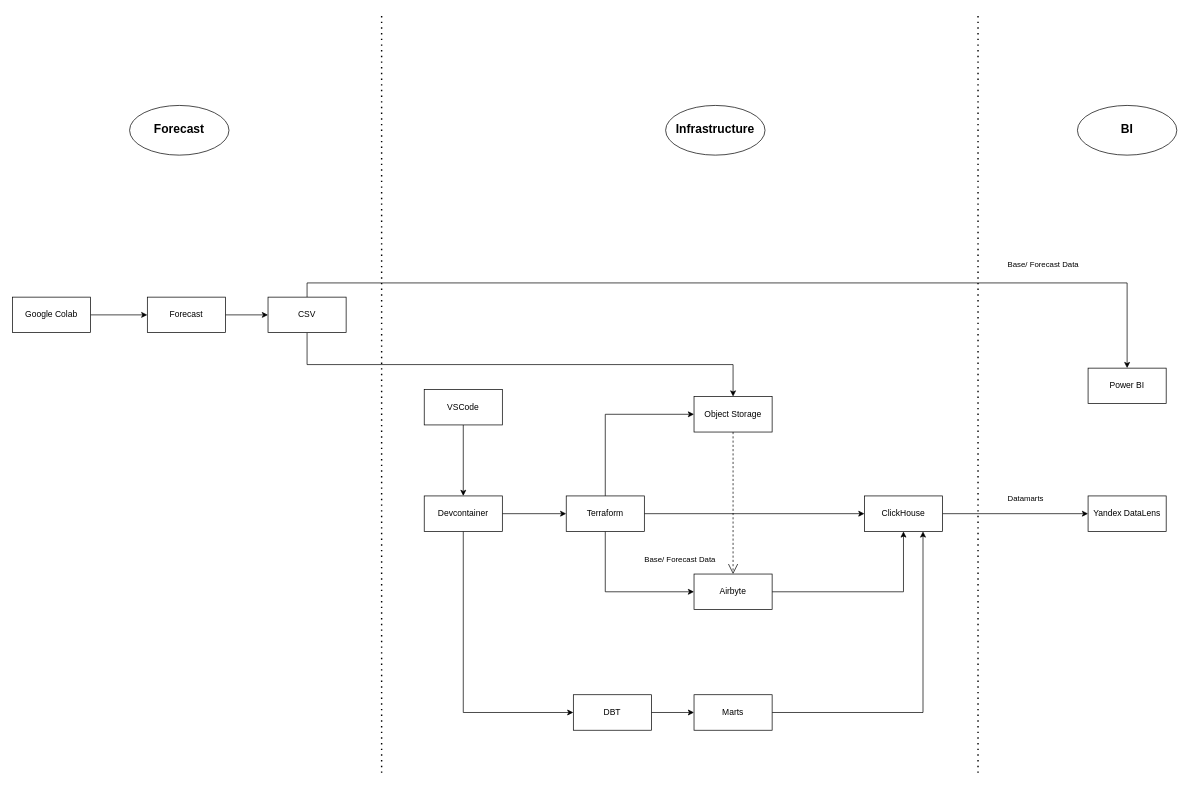
Before: Retail_flow.drawio in neworderby/dbt_ml_retail, a draw.io diagram. Source tidied: cells renumbered, new cells numbered last; positions are measured from the earlier drawing's top-left corner, leaving out a move shared by most shapes. Both pictures are drawn from the tidied source at 71%, with x=0, y=0 at pixel (12, 13).
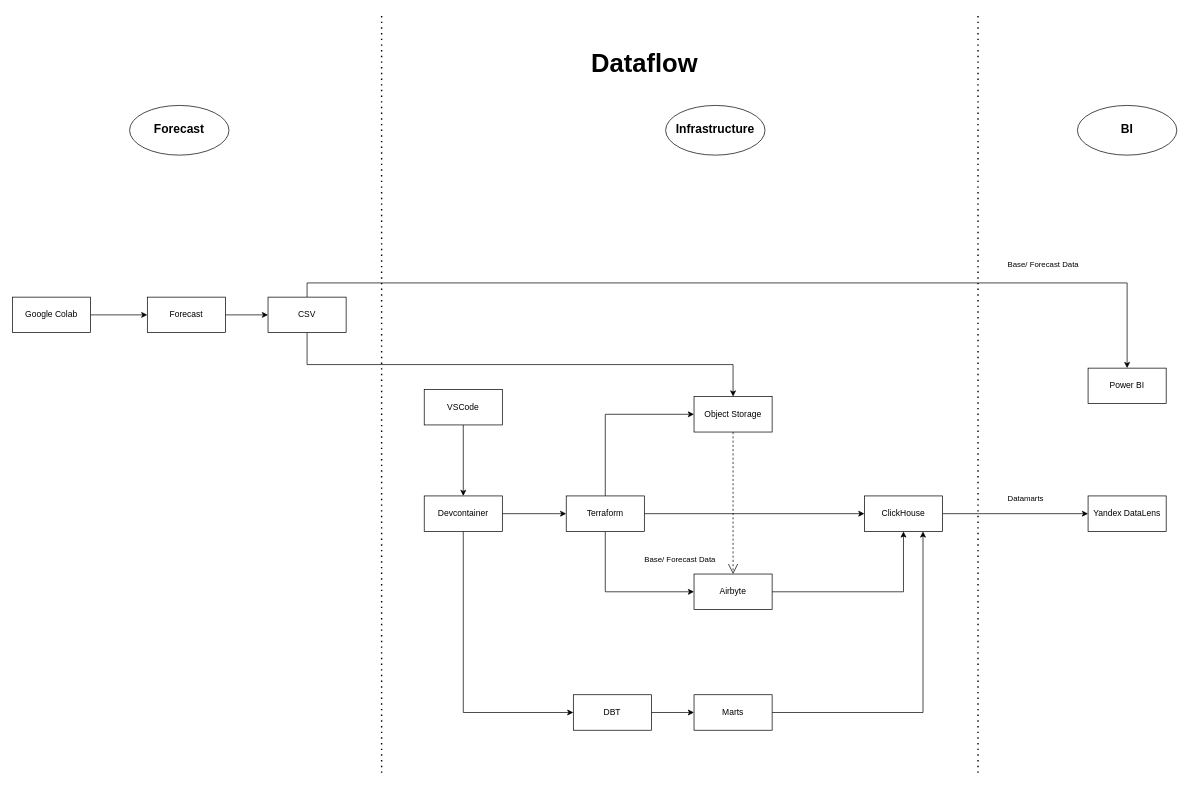
The same diagram, later.

Change to the diagram source:
```diff
@@
+    <mxCell id="37" value="&lt;font style=&quot;font-size: 36px;&quot;&gt;Dataflow&lt;/font&gt;" style="text;strokeColor=none;fillColor=none;html=1;fontSize=24;fontStyle=1;verticalAlign=middle;align=center;" parent="1" vertex="1">
+      <mxGeometry x="780" y="50" width="220" height="40" as="geometry" />
+    </mxCell>
```
